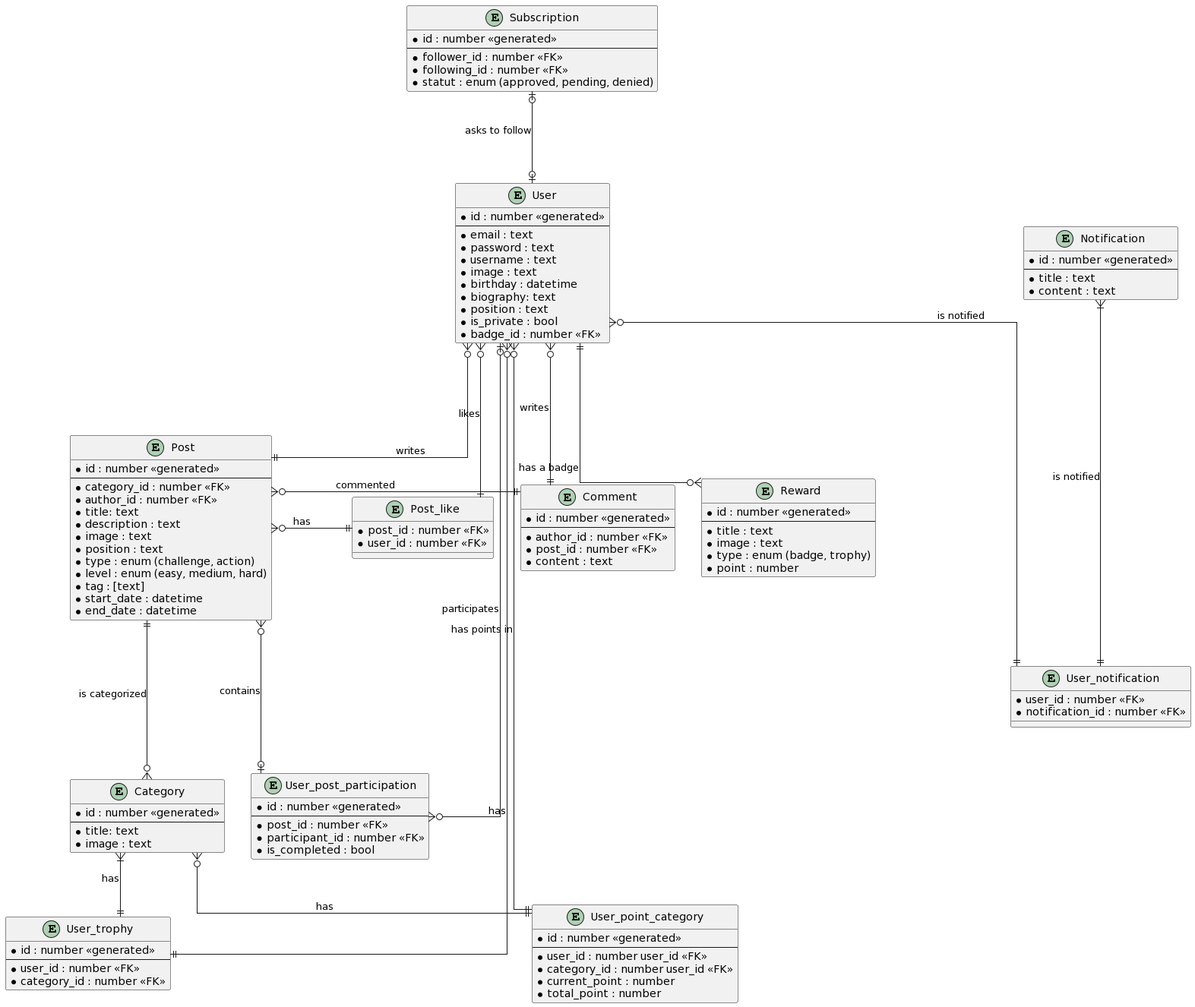
Above: conception/diagrams/entity_relation/entity_relation_join_tables_color.png in Eco-Gest/Frontend-Flutter (PlantUML), before the change.
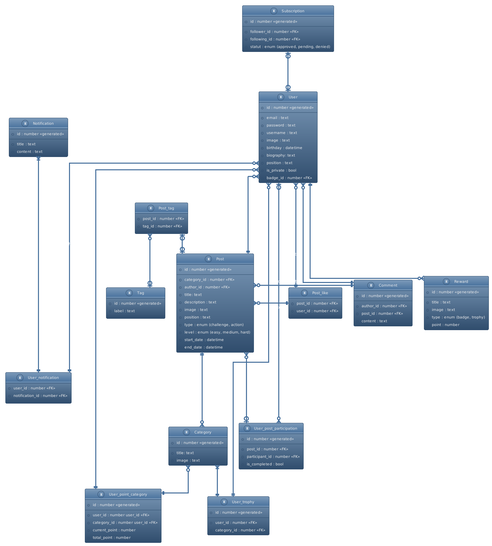
After the change.

Commit message:
update diagrams entity relation

The edit, as a diff of the source:
```diff
@@ -1,4 +1,5 @@
 @startuml
+!theme spacelab
 
 skinparam linetype ortho
 
@@ -59,7 +60,6 @@
   *position : text
   *type : enum (challenge, action)
   *level : enum (easy, medium, hard)
-  *tag : [text]
   *start_date : datetime
   *end_date : datetime
 }
@@ -105,6 +105,17 @@
   *user_id : number <<FK>>
 }
 
+Entity "Post_tag" as ptag {
+  *post_id : number <<FK>>
+  *tag_id : number <<FK>>
+}
+
+Entity "Tag" as tag {
+  *id : number <<generated>>
+  *label : text
+}
+
+
 u |o-down--o{ upp : participates
 p }o---o| upp : contains
 u }o-down--|| p : writes
@@ -121,4 +132,6 @@
 u }o--|| ut : has
 cat }|--|| ut : has
 cat }o--|| upc : has
+ptag }o--o| tag
+ptag |o--o| p
 @enduml
```
